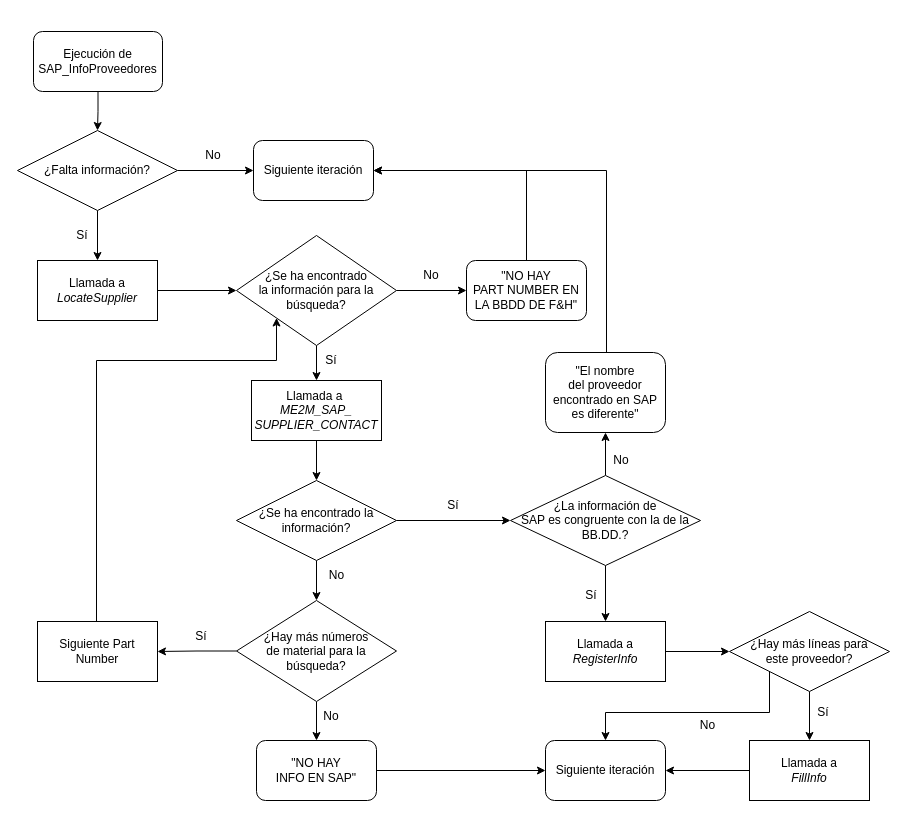
Earlier version of the draw.io diagram Contactos > SAP_InfoProveedores.drawio (CallejoSanzDavid/EN45545). Source tidied: cells renumbered, new cells numbered last; positions are measured from the earlier drawing's top-left corner, leaving out a move shared by most shapes. Both pictures are drawn from the tidied source at 100%, with x=0, y=0 at pixel (17, 31).
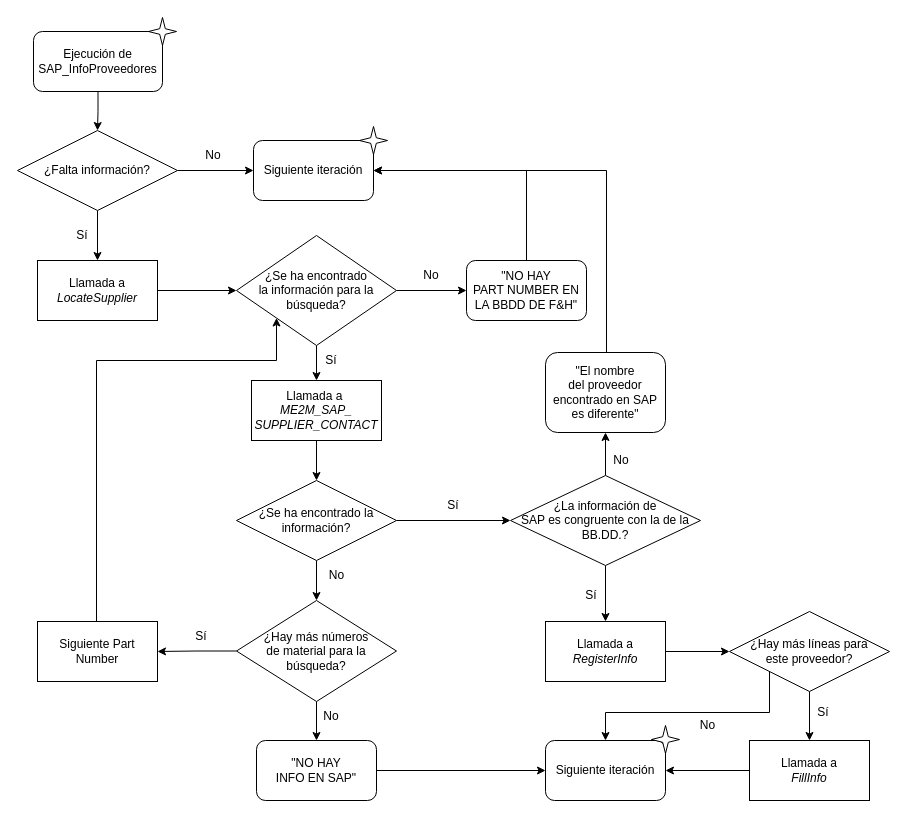
The same diagram, later.

Change to the diagram source:
```diff
@@
+    <mxCell id="52" style="verticalLabelPosition=bottom;verticalAlign=top;html=1;shape=mxgraph.basic.4_point_star_2;dx=0.8;" parent="1" vertex="1">
+      <mxGeometry x="342" y="95" width="28" height="28" as="geometry" />
+    </mxCell>
+    <mxCell id="53" style="verticalLabelPosition=bottom;verticalAlign=top;html=1;shape=mxgraph.basic.4_point_star_2;dx=0.8;" parent="1" vertex="1">
+      <mxGeometry x="131" y="-14" width="28" height="28" as="geometry" />
+    </mxCell>
+    <mxCell id="54" style="verticalLabelPosition=bottom;verticalAlign=top;html=1;shape=mxgraph.basic.4_point_star_2;dx=0.8;" parent="1" vertex="1">
+      <mxGeometry x="634" y="694" width="28" height="28" as="geometry" />
+    </mxCell>
```
